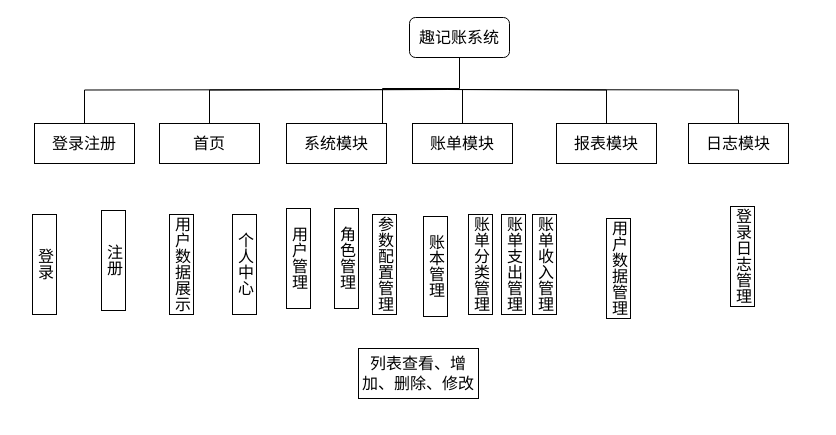
The draw.io diagram page "系统功能模块图" (8 of 8) of lottery-note/fun-bill-依赖关系.drawio in mynxg/draw-io-to-github, before the edit. Source tidied: cells renumbered, new cells numbered last; positions are measured from the earlier drawing's top-left corner, leaving out a move shared by most shapes. Both pictures are drawn from the tidied source at 100%, with x=0, y=0 at pixel (32, 17).
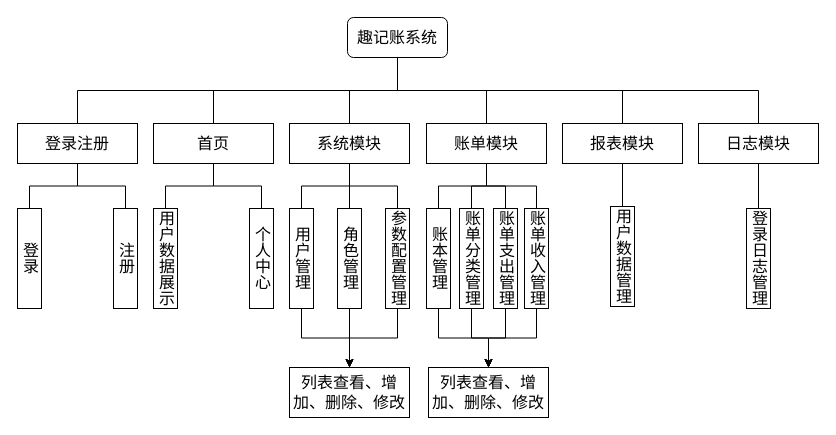
The same diagram, later.

Commit message (it also covers changes not shown here):
更新fun-bill-依赖关系.drawio

What changed in the source:
```diff
@@
-    <mxCell id="2" style="edgeStyle=orthogonalEdgeStyle;rounded=0;jettySize=auto;html=1;exitX=0.5;exitY=1;exitDx=0;exitDy=0;entryX=0.5;entryY=0;entryDx=0;entryDy=0;endArrow=none;endFill=0;fontSize=16;fontFamily=宋体;" parent="1" edge="1" target="9">
-      <mxGeometry relative="1" as="geometry">
-        <mxPoint x="415" y="72" as="sourcePoint" />
-      </mxGeometry>
-    </mxCell>
-    <mxCell id="3" style="edgeStyle=orthogonalEdgeStyle;rounded=0;jettySize=auto;html=1;exitX=0.5;exitY=1;exitDx=0;exitDy=0;endArrow=none;endFill=0;fontSize=16;fontFamily=宋体;" parent="1" edge="1" target="10">
-      <mxGeometry relative="1" as="geometry">
-        <mxPoint x="415" y="72" as="sourcePoint" />
-      </mxGeometry>
-    </mxCell>
+    <mxCell id="29" style="edgeStyle=orthogonalEdgeStyle;rounded=0;jettySize=auto;html=1;exitX=0.5;exitY=1;exitDx=0;exitDy=0;entryX=0.5;entryY=0;entryDx=0;entryDy=0;endArrow=none;endFill=0;" parent="1" edge="1" source="8" target="9">
+      <mxGeometry relative="1" as="geometry" />
+    </mxCell>
+    <mxCell id="30" style="edgeStyle=orthogonalEdgeStyle;rounded=0;jettySize=auto;html=1;exitX=0.5;exitY=1;exitDx=0;exitDy=0;endArrow=none;endFill=0;" parent="1" edge="1" source="8" target="10">
+      <mxGeometry relative="1" as="geometry" />
+    </mxCell>
-    <mxCell id="4" style="edgeStyle=orthogonalEdgeStyle;rounded=0;jettySize=auto;html=1;exitX=0.5;exitY=1;exitDx=0;exitDy=0;entryX=0.5;entryY=0;entryDx=0;entryDy=0;endArrow=none;endFill=0;fontSize=16;fontFamily=宋体;" parent="1" edge="1" source="8" target="11">
-      <mxGeometry relative="1" as="geometry">
-        <Array as="points">
-          <mxPoint x="427" y="71" />
-          <mxPoint x="350" y="71" />
-        </Array>
-      </mxGeometry>
+    <mxCell id="4" style="edgeStyle=orthogonalEdgeStyle;rounded=0;jettySize=auto;html=1;exitX=0.5;exitY=1;exitDx=0;exitDy=0;endArrow=none;endFill=0;" parent="1" edge="1" source="8" target="11">
+      <mxGeometry relative="1" as="geometry" />
     </mxCell>
-    <mxCell id="5" style="edgeStyle=orthogonalEdgeStyle;rounded=0;jettySize=auto;html=1;exitX=0.5;exitY=1;exitDx=0;exitDy=0;entryX=0.5;entryY=0;entryDx=0;entryDy=0;endArrow=none;endFill=0;fontSize=16;fontFamily=宋体;" parent="1" edge="1" target="12">
-      <mxGeometry relative="1" as="geometry">
-        <mxPoint x="415" y="72" as="sourcePoint" />
-      </mxGeometry>
-    </mxCell>
-    <mxCell id="6" style="edgeStyle=orthogonalEdgeStyle;rounded=0;jettySize=auto;html=1;exitX=0.5;exitY=1;exitDx=0;exitDy=0;endArrow=none;endFill=0;fontSize=16;fontFamily=宋体;" parent="1" edge="1" target="13">
-      <mxGeometry relative="1" as="geometry">
-        <mxPoint x="415" y="72" as="sourcePoint" />
-      </mxGeometry>
-    </mxCell>
-    <mxCell id="7" style="edgeStyle=orthogonalEdgeStyle;rounded=0;jettySize=auto;html=1;exitX=0.5;exitY=1;exitDx=0;exitDy=0;endArrow=none;endFill=0;fontSize=16;fontFamily=宋体;" parent="1" edge="1" target="14">
-      <mxGeometry relative="1" as="geometry">
-        <mxPoint x="415" y="72" as="sourcePoint" />
-      </mxGeometry>
-    </mxCell>
+    <mxCell id="31" style="edgeStyle=orthogonalEdgeStyle;rounded=0;jettySize=auto;html=1;exitX=0.5;exitY=1;exitDx=0;exitDy=0;endArrow=none;endFill=0;" parent="1" edge="1" source="8" target="12">
+      <mxGeometry relative="1" as="geometry" />
+    </mxCell>
+    <mxCell id="32" style="edgeStyle=orthogonalEdgeStyle;rounded=0;jettySize=auto;html=1;exitX=0.5;exitY=1;exitDx=0;exitDy=0;entryX=0.5;entryY=0;entryDx=0;entryDy=0;endArrow=none;endFill=0;" parent="1" edge="1" source="8" target="13">
+      <mxGeometry relative="1" as="geometry" />
+    </mxCell>
+    <mxCell id="33" style="edgeStyle=orthogonalEdgeStyle;rounded=0;jettySize=auto;html=1;exitX=0.5;exitY=1;exitDx=0;exitDy=0;entryX=0.5;entryY=0;entryDx=0;entryDy=0;endArrow=none;endFill=0;" parent="1" edge="1" source="8" target="14">
+      <mxGeometry relative="1" as="geometry" />
+    </mxCell>
     <mxCell id="8" value="趣记账系统" style="rounded=1;whiteSpace=wrap;html=1;fontSize=16;fontFamily=宋体;" parent="1" vertex="1">
-      <mxGeometry x="377" width="100" height="40" as="geometry" />
+      <mxGeometry x="315" width="100" height="40" as="geometry" />
     </mxCell>
+    <mxCell id="34" style="edgeStyle=orthogonalEdgeStyle;rounded=0;jettySize=auto;html=1;exitX=0.5;exitY=1;exitDx=0;exitDy=0;entryX=0.5;entryY=0;entryDx=0;entryDy=0;endArrow=none;endFill=0;" parent="1" edge="1" source="9" target="16">
+      <mxGeometry relative="1" as="geometry" />
+    </mxCell>
+    <mxCell id="35" style="edgeStyle=orthogonalEdgeStyle;rounded=0;jettySize=auto;html=1;exitX=0.5;exitY=1;exitDx=0;exitDy=0;entryX=0.5;entryY=0;entryDx=0;entryDy=0;endArrow=none;endFill=0;" parent="1" edge="1" source="9" target="17">
+      <mxGeometry relative="1" as="geometry" />
+    </mxCell>
     <mxCell id="9" value="登录注册" style="rounded=0;whiteSpace=wrap;html=1;fontSize=16;fontFamily=宋体;" parent="1" vertex="1">
-      <mxGeometry x="2" y="106" width="100" height="40" as="geometry" />
+      <mxGeometry x="-15" y="106" width="120" height="40" as="geometry" />
     </mxCell>
+    <mxCell id="36" style="edgeStyle=orthogonalEdgeStyle;rounded=0;jettySize=auto;html=1;exitX=0.5;exitY=1;exitDx=0;exitDy=0;entryX=0.5;entryY=0;entryDx=0;entryDy=0;endArrow=none;endFill=0;" parent="1" edge="1" source="10" target="18">
+      <mxGeometry relative="1" as="geometry" />
+    </mxCell>
+    <mxCell id="37" style="edgeStyle=orthogonalEdgeStyle;rounded=0;jettySize=auto;html=1;exitX=0.5;exitY=1;exitDx=0;exitDy=0;entryX=0.5;entryY=0;entryDx=0;entryDy=0;endArrow=none;endFill=0;" parent="1" edge="1" source="10" target="19">
+      <mxGeometry relative="1" as="geometry" />
+    </mxCell>
     <mxCell id="10" value="首页" style="rounded=0;whiteSpace=wrap;html=1;fontSize=16;fontFamily=宋体;" parent="1" vertex="1">
-      <mxGeometry x="127" y="106" width="100" height="40" as="geometry" />
+      <mxGeometry x="121" y="106" width="120" height="40" as="geometry" />
     </mxCell>
+    <mxCell id="38" style="edgeStyle=orthogonalEdgeStyle;rounded=0;jettySize=auto;html=1;exitX=0.5;exitY=1;exitDx=0;exitDy=0;entryX=0.5;entryY=0;entryDx=0;entryDy=0;endArrow=none;endFill=0;" parent="1" edge="1" source="11" target="15">
+      <mxGeometry relative="1" as="geometry" />
+    </mxCell>
+    <mxCell id="39" style="edgeStyle=orthogonalEdgeStyle;rounded=0;jettySize=auto;html=1;exitX=0.5;exitY=1;exitDx=0;exitDy=0;entryX=0.5;entryY=0;entryDx=0;entryDy=0;endArrow=none;endFill=0;" parent="1" edge="1" source="11" target="20">
+      <mxGeometry relative="1" as="geometry" />
+    </mxCell>
+    <mxCell id="40" style="edgeStyle=orthogonalEdgeStyle;rounded=0;jettySize=auto;html=1;exitX=0.5;exitY=1;exitDx=0;exitDy=0;entryX=0.5;entryY=0;entryDx=0;entryDy=0;endArrow=none;endFill=0;" parent="1" edge="1" source="11" target="21">
+      <mxGeometry relative="1" as="geometry" />
+    </mxCell>
     <mxCell id="11" value="系统模块" style="rounded=0;whiteSpace=wrap;html=1;fontSize=16;fontFamily=宋体;" parent="1" vertex="1">
-      <mxGeometry x="254" y="106" width="100" height="40" as="geometry" />
+      <mxGeometry x="257" y="106" width="120" height="40" as="geometry" />
     </mxCell>
+    <mxCell id="41" style="edgeStyle=orthogonalEdgeStyle;rounded=0;jettySize=auto;html=1;exitX=0.5;exitY=1;exitDx=0;exitDy=0;entryX=0.5;entryY=0;entryDx=0;entryDy=0;endArrow=none;endFill=0;" parent="1" edge="1" source="12" target="22">
+      <mxGeometry relative="1" as="geometry" />
+    </mxCell>
+    <mxCell id="42" style="edgeStyle=orthogonalEdgeStyle;rounded=0;jettySize=auto;html=1;exitX=0.5;exitY=1;exitDx=0;exitDy=0;entryX=0.5;entryY=0;entryDx=0;entryDy=0;endArrow=none;endFill=0;" parent="1" edge="1" source="12" target="23">
+      <mxGeometry relative="1" as="geometry" />
+    </mxCell>
+    <mxCell id="43" style="edgeStyle=orthogonalEdgeStyle;rounded=0;jettySize=auto;html=1;exitX=0.5;exitY=1;exitDx=0;exitDy=0;entryX=0.5;entryY=0;entryDx=0;entryDy=0;endArrow=none;endFill=0;" parent="1" edge="1" source="12" target="24">
+      <mxGeometry relative="1" as="geometry" />
+    </mxCell>
+    <mxCell id="44" style="edgeStyle=orthogonalEdgeStyle;rounded=0;jettySize=auto;html=1;exitX=0.5;exitY=1;exitDx=0;exitDy=0;entryX=0.5;entryY=0;entryDx=0;entryDy=0;endArrow=none;endFill=0;" parent="1" edge="1" source="12" target="25">
+      <mxGeometry relative="1" as="geometry" />
+    </mxCell>
     <mxCell id="12" value="账单模块" style="rounded=0;whiteSpace=wrap;html=1;fontSize=16;fontFamily=宋体;" parent="1" vertex="1">
-      <mxGeometry x="380" y="106" width="100" height="40" as="geometry" />
+      <mxGeometry x="394" y="106" width="120" height="40" as="geometry" />
     </mxCell>
+    <mxCell id="45" style="edgeStyle=orthogonalEdgeStyle;rounded=0;jettySize=auto;html=1;exitX=0.5;exitY=1;exitDx=0;exitDy=0;entryX=0.5;entryY=0;entryDx=0;entryDy=0;endArrow=none;endFill=0;" parent="1" edge="1" source="13" target="26">
+      <mxGeometry relative="1" as="geometry" />
+    </mxCell>
     <mxCell id="13" value="报表模块" style="rounded=0;whiteSpace=wrap;html=1;fontSize=16;fontFamily=宋体;" parent="1" vertex="1">
-      <mxGeometry x="524" y="106" width="100" height="40" as="geometry" />
+      <mxGeometry x="530" y="106" width="120" height="40" as="geometry" />
     </mxCell>
+    <mxCell id="46" style="edgeStyle=orthogonalEdgeStyle;rounded=0;jettySize=auto;html=1;exitX=0.5;exitY=1;exitDx=0;exitDy=0;entryX=0.5;entryY=0;entryDx=0;entryDy=0;endArrow=none;endFill=0;" parent="1" edge="1" source="14" target="27">
+      <mxGeometry relative="1" as="geometry" />
+    </mxCell>
     <mxCell id="14" value="日志模块" style="rounded=0;whiteSpace=wrap;html=1;fontSize=16;fontFamily=宋体;" parent="1" vertex="1">
-      <mxGeometry x="656" y="106" width="100" height="40" as="geometry" />
+      <mxGeometry x="666" y="106" width="120" height="40" as="geometry" />
     </mxCell>
+    <mxCell id="47" style="edgeStyle=orthogonalEdgeStyle;rounded=0;jettySize=auto;html=1;exitX=0.5;exitY=1;exitDx=0;exitDy=0;entryX=0.5;entryY=0;entryDx=0;entryDy=0;" parent="1" edge="1" source="15" target="28">
+      <mxGeometry relative="1" as="geometry" />
+    </mxCell>
     <mxCell id="15" value="用户管理" style="rounded=0;whiteSpace=wrap;html=1;textDirection=vertical-lr;fontSize=16;fontFamily=宋体;" parent="1" vertex="1">
-      <mxGeometry x="254" y="191" width="24" height="100" as="geometry" />
+      <mxGeometry x="257" y="191" width="24" height="100" as="geometry" />
     </mxCell>
     <mxCell id="16" value="登录" style="rounded=0;whiteSpace=wrap;html=1;textDirection=vertical-lr;fontSize=16;fontFamily=宋体;" parent="1" vertex="1">
-      <mxGeometry y="197" width="24" height="100" as="geometry" />
+      <mxGeometry x="-15" y="191" width="24" height="100" as="geometry" />
     </mxCell>
     <mxCell id="17" value="注册" style="rounded=0;whiteSpace=wrap;html=1;textDirection=vertical-lr;fontSize=16;fontFamily=宋体;" parent="1" vertex="1">
-      <mxGeometry x="69" y="193" width="24" height="100" as="geometry" />
+      <mxGeometry x="81" y="191" width="24" height="100" as="geometry" />
     </mxCell>
     <mxCell id="18" value="用户数据展示" style="rounded=0;whiteSpace=wrap;html=1;textDirection=vertical-lr;fontSize=16;fontFamily=宋体;" parent="1" vertex="1">
-      <mxGeometry x="137" y="197" width="24" height="100" as="geometry" />
+      <mxGeometry x="121" y="191" width="24" height="100" as="geometry" />
     </mxCell>
     <mxCell id="19" value="个人中心" style="rounded=0;whiteSpace=wrap;html=1;textDirection=vertical-lr;fontSize=16;fontFamily=宋体;" parent="1" vertex="1">
-      <mxGeometry x="200" y="197" width="24" height="100" as="geometry" />
+      <mxGeometry x="217" y="191" width="24" height="100" as="geometry" />
     </mxCell>
+    <mxCell id="48" style="edgeStyle=orthogonalEdgeStyle;rounded=0;jettySize=auto;html=1;exitX=0.5;exitY=1;exitDx=0;exitDy=0;entryX=0.5;entryY=0;entryDx=0;entryDy=0;" parent="1" edge="1" source="20" target="28">
+      <mxGeometry relative="1" as="geometry" />
+    </mxCell>
     <mxCell id="20" value="角色管理" style="rounded=0;whiteSpace=wrap;html=1;textDirection=vertical-lr;fontSize=16;fontFamily=宋体;" parent="1" vertex="1">
-      <mxGeometry x="302" y="191" width="24" height="100" as="geometry" />
+      <mxGeometry x="305" y="191" width="24" height="100" as="geometry" />
     </mxCell>
+    <mxCell id="49" style="edgeStyle=orthogonalEdgeStyle;rounded=0;jettySize=auto;html=1;exitX=0.5;exitY=1;exitDx=0;exitDy=0;entryX=0.5;entryY=0;entryDx=0;entryDy=0;" parent="1" edge="1" source="21" target="28">
+      <mxGeometry relative="1" as="geometry" />
+    </mxCell>
     <mxCell id="21" value="参数配置管理" style="rounded=0;whiteSpace=wrap;html=1;textDirection=vertical-lr;fontSize=16;fontFamily=宋体;" parent="1" vertex="1">
-      <mxGeometry x="340" y="197" width="24" height="100" as="geometry" />
+      <mxGeometry x="353" y="191" width="24" height="100" as="geometry" />
     </mxCell>
+    <mxCell id="50" style="edgeStyle=orthogonalEdgeStyle;rounded=0;jettySize=auto;html=1;exitX=0.5;exitY=1;exitDx=0;exitDy=0;entryX=0.5;entryY=0;entryDx=0;entryDy=0;" parent="1" edge="1" source="22" target="54">
+      <mxGeometry relative="1" as="geometry" />
+    </mxCell>
     <mxCell id="22" value="账本管理" style="rounded=0;whiteSpace=wrap;html=1;textDirection=vertical-lr;fontSize=16;fontFamily=宋体;" parent="1" vertex="1">
-      <mxGeometry x="391" y="199" width="24" height="100" as="geometry" />
+      <mxGeometry x="394" y="191" width="24" height="100" as="geometry" />
     </mxCell>
+    <mxCell id="51" style="edgeStyle=orthogonalEdgeStyle;rounded=0;jettySize=auto;html=1;exitX=0.5;exitY=1;exitDx=0;exitDy=0;entryX=0.5;entryY=0;entryDx=0;entryDy=0;" parent="1" edge="1" source="23" target="54">
+      <mxGeometry relative="1" as="geometry" />
+    </mxCell>
     <mxCell id="23" value="账单分类管理" style="rounded=0;whiteSpace=wrap;html=1;textDirection=vertical-lr;fontSize=16;fontFamily=宋体;" parent="1" vertex="1">
-      <mxGeometry x="436" y="197" width="24" height="100" as="geometry" />
+      <mxGeometry x="427" y="191" width="24" height="100" as="geometry" />
     </mxCell>
+    <mxCell id="52" style="edgeStyle=orthogonalEdgeStyle;rounded=0;jettySize=auto;html=1;exitX=0.5;exitY=1;exitDx=0;exitDy=0;entryX=0.5;entryY=0;entryDx=0;entryDy=0;" parent="1" edge="1" source="24" target="54">
+      <mxGeometry relative="1" as="geometry" />
+    </mxCell>
     <mxCell id="24" value="账单支出管理" style="rounded=0;whiteSpace=wrap;html=1;textDirection=vertical-lr;fontSize=16;fontFamily=宋体;" parent="1" vertex="1">
-      <mxGeometry x="469" y="197" width="24" height="100" as="geometry" />
+      <mxGeometry x="461" y="191" width="24" height="100" as="geometry" />
     </mxCell>
+    <mxCell id="53" style="edgeStyle=orthogonalEdgeStyle;rounded=0;jettySize=auto;html=1;exitX=0.5;exitY=1;exitDx=0;exitDy=0;entryX=0.5;entryY=0;entryDx=0;entryDy=0;" parent="1" edge="1" source="25" target="54">
+      <mxGeometry relative="1" as="geometry" />
+    </mxCell>
     <mxCell id="25" value="账单收入管理" style="rounded=0;whiteSpace=wrap;html=1;textDirection=vertical-lr;fontSize=16;fontFamily=宋体;" parent="1" vertex="1">
-      <mxGeometry x="500" y="197" width="24" height="100" as="geometry" />
+      <mxGeometry x="492" y="191" width="24" height="100" as="geometry" />
     </mxCell>
     <mxCell id="26" value="用户数据管理" style="rounded=0;whiteSpace=wrap;html=1;textDirection=vertical-lr;fontSize=16;fontFamily=宋体;" parent="1" vertex="1">
-      <mxGeometry x="574" y="201" width="24" height="100" as="geometry" />
+      <mxGeometry x="578" y="189" width="24" height="100" as="geometry" />
     </mxCell>
     <mxCell id="27" value="登录日志管理" style="rounded=0;whiteSpace=wrap;html=1;textDirection=vertical-lr;fontSize=16;fontFamily=宋体;" parent="1" vertex="1">
-      <mxGeometry x="698" y="189" width="24" height="100" as="geometry" />
+      <mxGeometry x="714" y="191" width="24" height="100" as="geometry" />
     </mxCell>
     <mxCell id="28" value="列表查看、增加、删除、修改" style="rounded=0;whiteSpace=wrap;html=1;fontSize=16;fontFamily=宋体;" parent="1" vertex="1">
-      <mxGeometry x="326" y="331" width="120" height="50" as="geometry" />
+      <mxGeometry x="257" y="350" width="120" height="50" as="geometry" />
     </mxCell>
+    <mxCell id="54" value="列表查看、增加、删除、修改" style="rounded=0;whiteSpace=wrap;html=1;fontSize=16;fontFamily=宋体;" parent="1" vertex="1">
+      <mxGeometry x="396" y="350" width="120" height="50" as="geometry" />
+    </mxCell>
```
